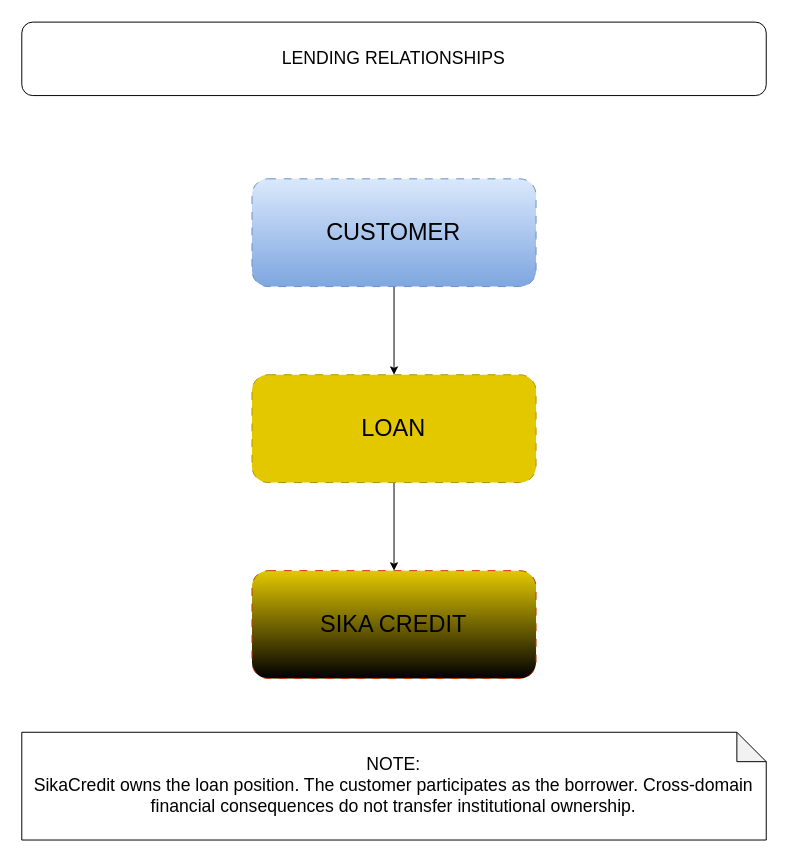
Above: diagrams/WP-2.1-T05_lending_relationship.drawio.svg in deloveyeboah10-Nagato/OCB_PLATFORM (draw.io), before the change. Source tidied: cells renumbered, new cells last; positions are measured from the earlier drawing's top-left corner, leaving out a move shared by most shapes.
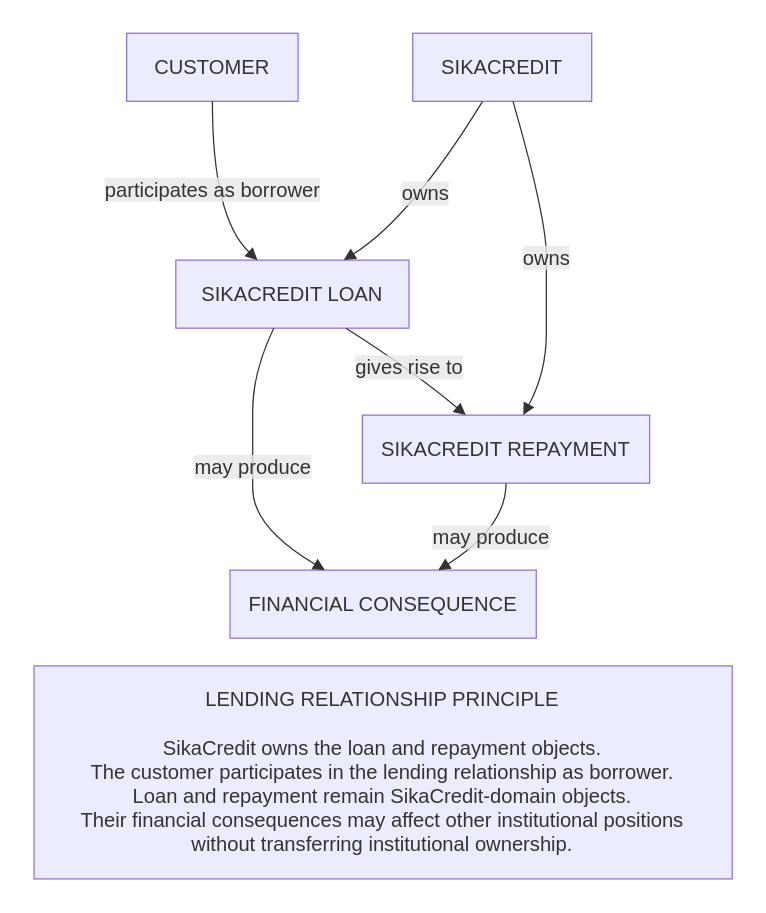
The same diagram one commit later.

Change to the diagram source:
```diff
@@ -2,26 +2,72 @@
   <root>
     <mxCell id="0" />
     <mxCell id="1" parent="0" />
-    <mxCell id="2" style="edgeStyle=orthogonalEdgeStyle;rounded=0;jettySize=auto;html=1;exitX=0.5;exitY=1;exitDx=0;exitDy=0;entryX=0.5;entryY=0;entryDx=0;entryDy=0;" parent="1" edge="1" source="3" target="5">
-      <mxGeometry relative="1" as="geometry" />
-    </mxCell>
+    <mxCell id="9" style="group;transparentBounds=1;editIcon=1;lockedGroup=0;groupPadding=10;" parent="1" vertex="1">
+      <mxGeometry x="-210" y="-120" as="geometry" />
+    </mxCell>
-    <mxCell id="3" value="CUSTOMER" style="rounded=1;whiteSpace=wrap;html=1;dashed=1;dashPattern=8 8;fontSize=24;fillColor=#dae8fc;strokeColor=#6c8ebf;gradientColor=#7ea6e0;" parent="1" vertex="1">
-      <mxGeometry x="235" y="160" width="290" height="110" as="geometry" />
+    <mxCell id="3" value="CUSTOMER" style="html=1;whiteSpace=wrap;strokeWidth=1;fillColor=light-dark(#ECECFF,#1f2020);strokeColor=light-dark(#9370DB,#cccccc);fontColor=light-dark(#333333,#cccccc);fontFamily=Trebuchet MS,Verdana,Arial,sans-serif;fontSize=16;" parent="9" vertex="1">
+      <mxGeometry x="30" y="88" width="136" height="54" as="geometry" />
     </mxCell>
-    <mxCell id="4" style="edgeStyle=orthogonalEdgeStyle;rounded=0;jettySize=auto;html=1;exitX=0.5;exitY=1;exitDx=0;exitDy=0;entryX=0.5;entryY=0;entryDx=0;entryDy=0;" parent="1" edge="1" source="5" target="6">
-      <mxGeometry relative="1" as="geometry" />
-    </mxCell>
-    <mxCell id="5" value="LOAN" style="rounded=1;whiteSpace=wrap;html=1;dashed=1;dashPattern=8 8;fontSize=24;fillColor=#e3c800;fontColor=#000000;strokeColor=#B09500;" parent="1" vertex="1">
-      <mxGeometry x="235" y="360" width="290" height="110" as="geometry" />
-    </mxCell>
-    <mxCell id="6" value="SIKA CREDIT" style="rounded=1;whiteSpace=wrap;html=1;dashed=1;dashPattern=8 8;fontSize=24;fillColor=light-dark(#E3C800,#675000);fontColor=#000000;strokeColor=#C73500;gradientColor=light-dark(#000000,#FFD966);" parent="1" vertex="1">
-      <mxGeometry x="235" y="560" width="290" height="110" as="geometry" />
-    </mxCell>
-    <mxCell id="7" value="&lt;div&gt;LENDING RELATIONSHIPS&lt;/div&gt;" style="rounded=1;whiteSpace=wrap;html=1;fontSize=18;" parent="1" vertex="1">
-      <mxGeometry width="760" height="75" as="geometry" />
-    </mxCell>
-    <mxCell id="8" value="&lt;div style=&quot;font-size: 18px;&quot;&gt;NOTE:&lt;/div&gt;&lt;font style=&quot;font-size: 18px;&quot;&gt;SikaCredit owns the loan position. The customer participates as the borrower. Cross-domain financial consequences do not transfer institutional ownership.&lt;/font&gt;" style="shape=note;whiteSpace=wrap;html=1;backgroundOutline=1;darkOpacity=0.05;" parent="1" vertex="1">
-      <mxGeometry y="725" width="760" height="110" as="geometry" />
-    </mxCell>
+    <mxCell id="10" value="SIKACREDIT" style="html=1;whiteSpace=wrap;strokeWidth=1;fillColor=light-dark(#ECECFF,#1f2020);strokeColor=light-dark(#9370DB,#cccccc);fontColor=light-dark(#333333,#cccccc);fontFamily=Trebuchet MS,Verdana,Arial,sans-serif;fontSize=16;" parent="9" vertex="1">
+      <mxGeometry x="257" y="88" width="142" height="54" as="geometry" />
+    </mxCell>
+    <mxCell id="11" value="SIKACREDIT LOAN" style="html=1;whiteSpace=wrap;strokeWidth=1;fillColor=light-dark(#ECECFF,#1f2020);strokeColor=light-dark(#9370DB,#cccccc);fontColor=light-dark(#333333,#cccccc);fontFamily=Trebuchet MS,Verdana,Arial,sans-serif;fontSize=16;" parent="9" vertex="1">
+      <mxGeometry x="69" y="268" width="185" height="54" as="geometry" />
+    </mxCell>
+    <mxCell id="12" value="SIKACREDIT REPAYMENT" style="html=1;whiteSpace=wrap;strokeWidth=1;fillColor=light-dark(#ECECFF,#1f2020);strokeColor=light-dark(#9370DB,#cccccc);fontColor=light-dark(#333333,#cccccc);fontFamily=Trebuchet MS,Verdana,Arial,sans-serif;fontSize=16;" parent="9" vertex="1">
+      <mxGeometry x="217" y="391" width="228" height="54" as="geometry" />
+    </mxCell>
+    <mxCell id="13" value="FINANCIAL CONSEQUENCE" style="html=1;whiteSpace=wrap;strokeWidth=1;fillColor=light-dark(#ECECFF,#1f2020);strokeColor=light-dark(#9370DB,#cccccc);fontColor=light-dark(#333333,#cccccc);fontFamily=Trebuchet MS,Verdana,Arial,sans-serif;fontSize=16;" parent="9" vertex="1">
+      <mxGeometry x="112" y="514" width="243" height="54" as="geometry" />
+    </mxCell>
+    <mxCell id="14" value="LENDING RELATIONSHIP PRINCIPLE&#10;&#10;SikaCredit owns the loan and repayment objects.&#10;The customer participates in the lending relationship as borrower.&#10;Loan and repayment remain SikaCredit-domain objects.&#10;Their financial consequences may affect other institutional positions&#10;without transferring institutional ownership." style="html=1;whiteSpace=wrap;strokeWidth=1;fillColor=light-dark(#ECECFF,#1f2020);strokeColor=light-dark(#9370DB,#cccccc);fontColor=light-dark(#333333,#cccccc);fontFamily=Trebuchet MS,Verdana,Arial,sans-serif;fontSize=16;" parent="9" vertex="1">
+      <mxGeometry x="-43.5" y="590" width="554" height="169" as="geometry" />
+    </mxCell>
+    <mxCell id="15" value="participates as borrower" style="curved=1;startArrow=none;endArrow=block;endSize=7;strokeColor=light-dark(#333333,#cccccc);html=1;fontSize=16;labelBackgroundColor=light-dark(#E8E8E88D,#2a2a2a8D);fontFamily=Trebuchet MS,Verdana,Arial,sans-serif;fontColor=light-dark(#333333,#cccccc);exitX=0.5;exitY=1;entryX=0.35;entryY=0;rounded=0;" parent="9" edge="1" source="3" target="11">
+      <mxGeometry relative="1" as="geometry">
+        <Array as="points">
+          <mxPoint x="98" y="234" />
+        </Array>
+      </mxGeometry>
+    </mxCell>
+    <mxCell id="16" value="owns" style="curved=1;startArrow=none;endArrow=block;endSize=7;strokeColor=light-dark(#333333,#cccccc);html=1;fontSize=16;labelBackgroundColor=light-dark(#E8E8E88D,#2a2a2a8D);fontFamily=Trebuchet MS,Verdana,Arial,sans-serif;fontColor=light-dark(#333333,#cccccc);exitX=0.39;exitY=1;entryX=0.72;entryY=0;rounded=0;" parent="9" edge="1" source="10" target="11">
+      <mxGeometry relative="1" as="geometry">
+        <Array as="points">
+          <mxPoint x="256" y="234" />
+        </Array>
+      </mxGeometry>
+    </mxCell>
+    <mxCell id="17" value="gives rise to" style="curved=1;startArrow=none;endArrow=block;endSize=7;strokeColor=light-dark(#333333,#cccccc);html=1;fontSize=16;labelBackgroundColor=light-dark(#E8E8E88D,#2a2a2a8D);fontFamily=Trebuchet MS,Verdana,Arial,sans-serif;fontColor=light-dark(#333333,#cccccc);exitX=0.73;exitY=1;entryX=0.36;entryY=0;rounded=0;" parent="9" edge="1" source="11" target="12">
+      <mxGeometry relative="1" as="geometry">
+        <Array as="points">
+          <mxPoint x="259" y="357" />
+        </Array>
+      </mxGeometry>
+    </mxCell>
+    <mxCell id="18" value="owns" style="curved=1;startArrow=none;endArrow=block;endSize=7;strokeColor=light-dark(#333333,#cccccc);html=1;fontSize=16;labelBackgroundColor=light-dark(#E8E8E88D,#2a2a2a8D);fontFamily=Trebuchet MS,Verdana,Arial,sans-serif;fontColor=light-dark(#333333,#cccccc);exitX=0.56;exitY=1;entryX=0.56;entryY=0;rounded=0;" parent="9" edge="1" source="10" target="12">
+      <mxGeometry relative="1" as="geometry">
+        <Array as="points">
+          <mxPoint x="363" y="234" />
+          <mxPoint x="363" y="295" />
+          <mxPoint x="363" y="357" />
+        </Array>
+      </mxGeometry>
+    </mxCell>
+    <mxCell id="19" value="may produce" style="curved=1;startArrow=none;endArrow=block;endSize=7;strokeColor=light-dark(#333333,#cccccc);html=1;fontSize=16;labelBackgroundColor=light-dark(#E8E8E88D,#2a2a2a8D);fontFamily=Trebuchet MS,Verdana,Arial,sans-serif;fontColor=light-dark(#333333,#cccccc);exitX=0.42;exitY=1;entryX=0.31;entryY=0;rounded=0;" parent="9" edge="1" source="11" target="13">
+      <mxGeometry relative="1" as="geometry">
+        <Array as="points">
+          <mxPoint x="130" y="357" />
+          <mxPoint x="130" y="418" />
+          <mxPoint x="130" y="480" />
+        </Array>
+      </mxGeometry>
+    </mxCell>
+    <mxCell id="20" value="may produce" style="curved=1;startArrow=none;endArrow=block;endSize=7;strokeColor=light-dark(#333333,#cccccc);html=1;fontSize=16;labelBackgroundColor=light-dark(#E8E8E88D,#2a2a2a8D);fontFamily=Trebuchet MS,Verdana,Arial,sans-serif;fontColor=light-dark(#333333,#cccccc);exitX=0.5;exitY=1;entryX=0.68;entryY=0;rounded=0;" parent="9" edge="1" source="12" target="13">
+      <mxGeometry relative="1" as="geometry">
+        <Array as="points">
+          <mxPoint x="331" y="480" />
+        </Array>
+      </mxGeometry>
+    </mxCell>
   </root>
 </mxGraphModel>
```
